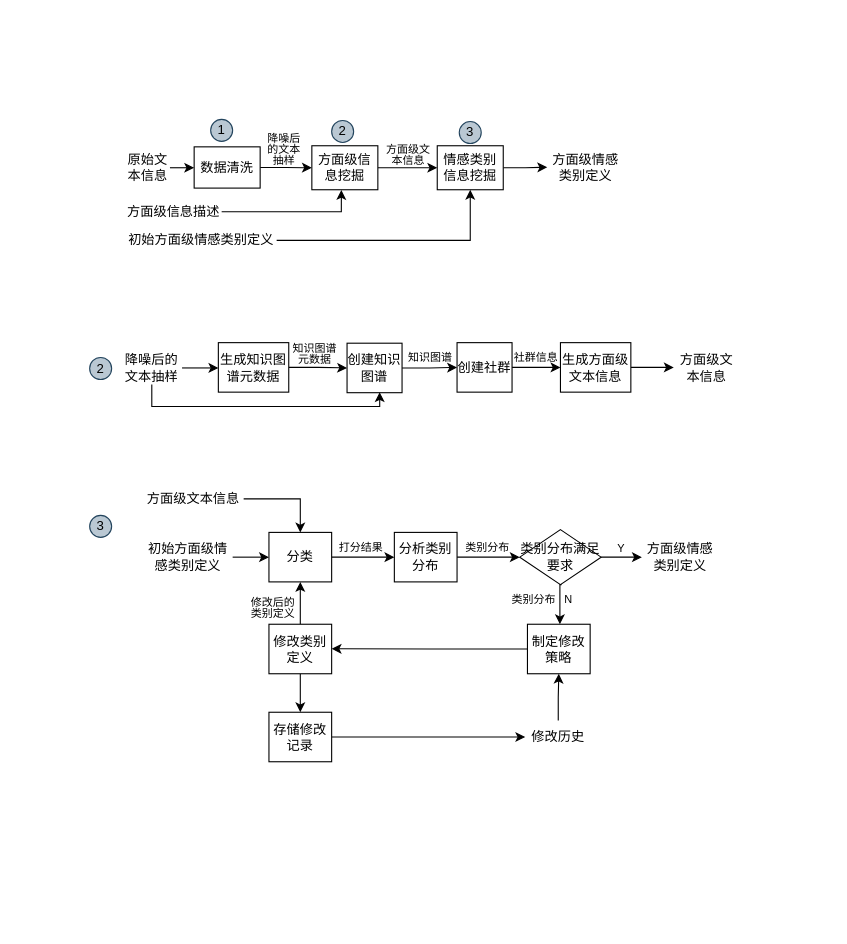
CindyZX/drawio_figures keeps this draw.io diagram as patent-基于大模型的方面级文本情感挖掘.drawio. Above is the earlier version. Source tidied: cells renumbered, new cells numbered last; positions are measured from the earlier drawing's top-left corner, leaving out a move shared by most shapes. Both pictures are drawn from the tidied source at 110%, with x=0, y=0 at pixel (89, 119).
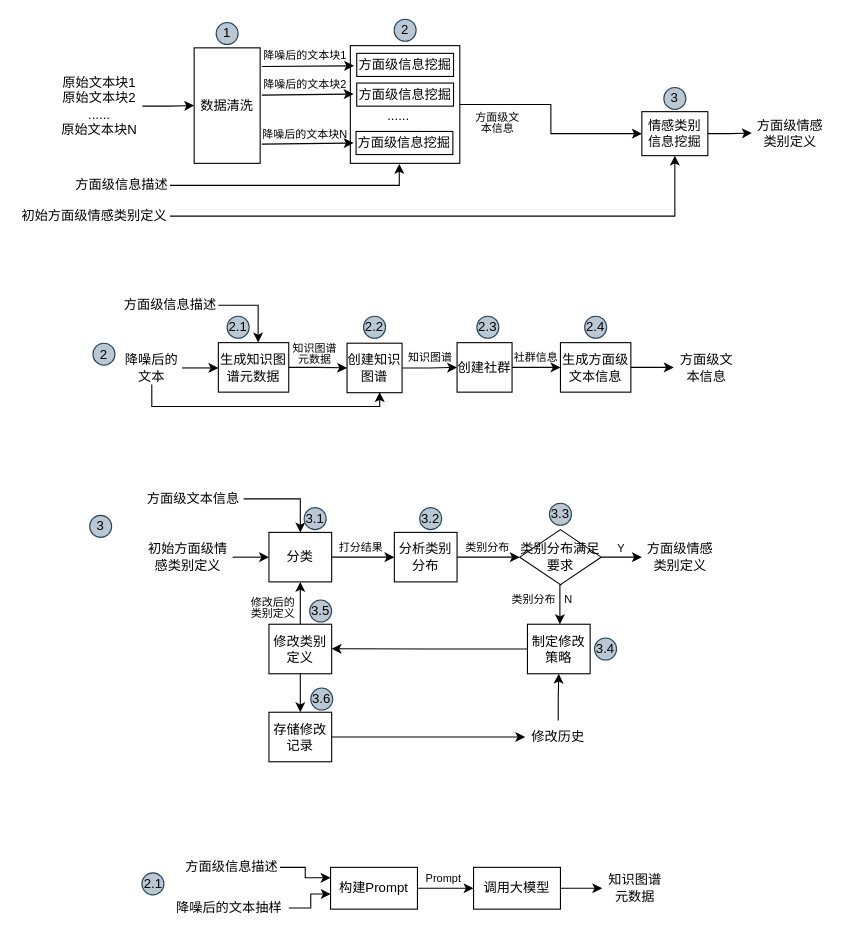
The same diagram, later.

Commit message:
更新patent-基于大模型的方面级文本情感挖掘.drawio

The change refers to these unchanged cells:
```xml
<mxCell id="24" value="生成知识图谱元数据" style="rounded=0;whiteSpace=wrap;html=1;" parent="1" vertex="1">
  <mxGeometry x="117" y="203" width="64" height="45" as="geometry" />
</mxCell>
```

The edit, as a diff of the source:
```diff
@@
-    <mxCell id="3" value="原始文本信息" style="text;html=1;align=center;verticalAlign=middle;whiteSpace=wrap;rounded=0;" parent="1" vertex="1">
-      <mxGeometry x="33" y="29" width="40" height="30" as="geometry" />
+    <mxCell id="3" value="原始文本块1&lt;div&gt;原始文本块2&lt;br&gt;&lt;/div&gt;&lt;div&gt;......&lt;/div&gt;&lt;div&gt;原始文本块N&lt;br&gt;&lt;/div&gt;" style="text;html=1;align=center;verticalAlign=middle;whiteSpace=wrap;rounded=0;" parent="1" vertex="1">
+      <mxGeometry x="-30" y="-43" width="78" height="62" as="geometry" />
     </mxCell>
-    <mxCell id="4" style="edgeStyle=orthogonalEdgeStyle;rounded=0;jettySize=auto;html=1;exitX=1;exitY=0.5;exitDx=0;exitDy=0;entryX=0;entryY=0.5;entryDx=0;entryDy=0;" parent="1" edge="1" source="5" target="7">
-      <mxGeometry relative="1" as="geometry" />
-    </mxCell>
     <mxCell id="5" value="数据清洗" style="rounded=0;whiteSpace=wrap;html=1;" parent="1" vertex="1">
-      <mxGeometry x="95" y="25" width="60" height="37.5" as="geometry" />
+      <mxGeometry x="95" y="-65" width="60" height="105" as="geometry" />
     </mxCell>
@@
-    <mxCell id="7" value="方面级信息挖掘" style="rounded=0;whiteSpace=wrap;html=1;" parent="1" vertex="1">
-      <mxGeometry x="202" y="24" width="60" height="40" as="geometry" />
+    <mxCell id="7" style="rounded=0;whiteSpace=wrap;html=1;" parent="1" vertex="1">
+      <mxGeometry x="237" y="-67" width="99.5" height="107" as="geometry" />
     </mxCell>
@@
     <mxCell id="9" value="情感类别信息挖掘" style="rounded=0;whiteSpace=wrap;html=1;" parent="1" vertex="1">
-      <mxGeometry x="316" y="24" width="60" height="40" as="geometry" />
+      <mxGeometry x="502" y="-7" width="60" height="40" as="geometry" />
     </mxCell>
     <mxCell id="10" value="方面级情感类别定义" style="text;html=1;align=center;verticalAlign=middle;whiteSpace=wrap;rounded=0;" parent="1" vertex="1">
-      <mxGeometry x="416" y="28.5" width="70" height="30" as="geometry" />
+      <mxGeometry x="602" y="-2.5" width="70" height="30" as="geometry" />
     </mxCell>
-    <mxCell id="11" value="&lt;p style=&quot;line-height: 100%; font-size: 10px;&quot;&gt;&lt;font style=&quot;font-size: 10px;&quot;&gt;降噪后的文本抽样&lt;/font&gt;&lt;/p&gt;" style="text;html=1;align=center;verticalAlign=middle;whiteSpace=wrap;rounded=0;spacing=2;fontSize=10;" parent="1" vertex="1">
-      <mxGeometry x="160" y="21.5" width="34" height="10" as="geometry" />
-    </mxCell>
     <mxCell id="12" value="方面级信息描述" style="text;html=1;align=center;verticalAlign=middle;whiteSpace=wrap;rounded=0;" parent="1" vertex="1">
-      <mxGeometry x="33" y="69" width="87" height="30" as="geometry" />
+      <mxGeometry x="-14" y="45" width="87" height="30" as="geometry" />
     </mxCell>
     <mxCell id="13" value="&lt;p style=&quot;line-height: 100%; font-size: 10px;&quot;&gt;&lt;font style=&quot;font-size: 10px;&quot;&gt;方面级文本信息&lt;/font&gt;&lt;/p&gt;" style="text;html=1;align=center;verticalAlign=middle;whiteSpace=wrap;rounded=0;spacing=2;fontSize=10;" parent="1" vertex="1">
-      <mxGeometry x="268" y="26.5" width="44" height="10" as="geometry" />
+      <mxGeometry x="349" y="-2.5" width="44" height="10" as="geometry" />
     </mxCell>
@@
     <mxCell id="15" value="初始方面级情感类别定义" style="text;html=1;align=center;verticalAlign=middle;whiteSpace=wrap;rounded=0;" parent="1" vertex="1">
-      <mxGeometry x="33" y="95" width="137" height="30" as="geometry" />
+      <mxGeometry x="-64" y="73" width="137" height="30" as="geometry" />
     </mxCell>
@@
     <mxCell id="17" value="1" style="ellipse;whiteSpace=wrap;html=1;fillColor=#bac8d3;strokeColor=#23445d;" parent="1" vertex="1">
-      <mxGeometry x="110" width="20" height="20" as="geometry" />
+      <mxGeometry x="115" y="-88" width="20" height="20" as="geometry" />
     </mxCell>
     <mxCell id="18" value="2" style="ellipse;whiteSpace=wrap;html=1;fillColor=#bac8d3;strokeColor=#23445d;" parent="1" vertex="1">
-      <mxGeometry x="220" y="1" width="20" height="20" as="geometry" />
+      <mxGeometry x="276.8" y="-91" width="20" height="20" as="geometry" />
     </mxCell>
     <mxCell id="19" value="3" style="ellipse;whiteSpace=wrap;html=1;fillColor=#bac8d3;strokeColor=#23445d;" parent="1" vertex="1">
-      <mxGeometry x="336" y="2" width="20" height="20" as="geometry" />
+      <mxGeometry x="522" y="-29" width="20" height="20" as="geometry" />
     </mxCell>
     <mxCell id="20" value="2" style="ellipse;whiteSpace=wrap;html=1;fillColor=#bac8d3;strokeColor=#23445d;" parent="1" vertex="1">
-      <mxGeometry y="216.5" width="20" height="20" as="geometry" />
+      <mxGeometry x="3" y="203.5" width="20" height="20" as="geometry" />
     </mxCell>
@@
-    <mxCell id="22" value="降噪后的文本抽样" style="text;html=1;align=center;verticalAlign=middle;whiteSpace=wrap;rounded=0;" parent="1" vertex="1">
+    <mxCell id="22" value="降噪后的文本" style="text;html=1;align=center;verticalAlign=middle;whiteSpace=wrap;rounded=0;" parent="1" vertex="1">
       <mxGeometry x="29" y="211" width="55" height="30" as="geometry" />
     </mxCell>
@@
+    <mxCell id="64" value="方面级信息描述" style="text;html=1;align=center;verticalAlign=middle;whiteSpace=wrap;rounded=0;" parent="1" vertex="1">
+      <mxGeometry x="30" y="154" width="87" height="30" as="geometry" />
+    </mxCell>
+    <mxCell id="65" style="edgeStyle=orthogonalEdgeStyle;rounded=0;jettySize=auto;html=1;exitX=1;exitY=0.5;exitDx=0;exitDy=0;entryX=0.565;entryY=-0.005;entryDx=0;entryDy=0;entryPerimeter=0;" parent="1" edge="1" source="64" target="24">
+      <mxGeometry relative="1" as="geometry" />
+    </mxCell>
+    <mxCell id="66" value="2.1" style="ellipse;whiteSpace=wrap;html=1;fillColor=#bac8d3;strokeColor=#23445d;" parent="1" vertex="1">
+      <mxGeometry x="125" y="179" width="20" height="20" as="geometry" />
+    </mxCell>
+    <mxCell id="67" value="2.2" style="ellipse;whiteSpace=wrap;html=1;fillColor=#bac8d3;strokeColor=#23445d;" parent="1" vertex="1">
+      <mxGeometry x="249" y="179" width="20" height="20" as="geometry" />
+    </mxCell>
+    <mxCell id="68" value="2.3" style="ellipse;whiteSpace=wrap;html=1;fillColor=#bac8d3;strokeColor=#23445d;" parent="1" vertex="1">
+      <mxGeometry x="352" y="179" width="20" height="20" as="geometry" />
+    </mxCell>
+    <mxCell id="69" value="2.4" style="ellipse;whiteSpace=wrap;html=1;fillColor=#bac8d3;strokeColor=#23445d;" parent="1" vertex="1">
+      <mxGeometry x="450" y="179" width="20" height="20" as="geometry" />
+    </mxCell>
+    <mxCell id="70" value="3.1" style="ellipse;whiteSpace=wrap;html=1;fillColor=#bac8d3;strokeColor=#23445d;" parent="1" vertex="1">
+      <mxGeometry x="195" y="353" width="20" height="20" as="geometry" />
+    </mxCell>
+    <mxCell id="71" value="3.2" style="ellipse;whiteSpace=wrap;html=1;fillColor=#bac8d3;strokeColor=#23445d;" parent="1" vertex="1">
+      <mxGeometry x="300" y="353" width="20" height="20" as="geometry" />
+    </mxCell>
+    <mxCell id="72" value="3.3" style="ellipse;whiteSpace=wrap;html=1;fillColor=#bac8d3;strokeColor=#23445d;" parent="1" vertex="1">
+      <mxGeometry x="418" y="349" width="20" height="20" as="geometry" />
+    </mxCell>
+    <mxCell id="73" value="3.4" style="ellipse;whiteSpace=wrap;html=1;fillColor=#bac8d3;strokeColor=#23445d;" parent="1" vertex="1">
+      <mxGeometry x="459" y="471.5" width="20" height="20" as="geometry" />
+    </mxCell>
+    <mxCell id="74" value="3.5" style="ellipse;whiteSpace=wrap;html=1;fillColor=#bac8d3;strokeColor=#23445d;" parent="1" vertex="1">
+      <mxGeometry x="200" y="437" width="20" height="20" as="geometry" />
+    </mxCell>
+    <mxCell id="75" value="3.6" style="ellipse;whiteSpace=wrap;html=1;fillColor=#bac8d3;strokeColor=#23445d;" parent="1" vertex="1">
+      <mxGeometry x="201" y="517" width="20" height="20" as="geometry" />
+    </mxCell>
+    <mxCell id="76" value="2.1" style="ellipse;whiteSpace=wrap;html=1;fillColor=#bac8d3;strokeColor=#23445d;" parent="1" vertex="1">
+      <mxGeometry x="47.5" y="685" width="20" height="20" as="geometry" />
+    </mxCell>
+    <mxCell id="77" style="edgeStyle=orthogonalEdgeStyle;rounded=0;jettySize=auto;html=1;exitX=1;exitY=0.5;exitDx=0;exitDy=0;entryX=0;entryY=0.25;entryDx=0;entryDy=0;" parent="1" edge="1" source="78" target="80">
+      <mxGeometry relative="1" as="geometry" />
+    </mxCell>
+    <mxCell id="78" value="方面级信息描述" style="text;html=1;align=center;verticalAlign=middle;whiteSpace=wrap;rounded=0;" parent="1" vertex="1">
+      <mxGeometry x="86" y="665" width="87" height="30" as="geometry" />
+    </mxCell>
+    <mxCell id="11" value="降噪后的文本抽样" style="text;html=1;align=center;verticalAlign=middle;whiteSpace=wrap;rounded=0;" parent="1" vertex="1">
+      <mxGeometry x="73" y="702" width="108" height="30" as="geometry" />
+    </mxCell>
+    <mxCell id="79" style="edgeStyle=orthogonalEdgeStyle;rounded=0;jettySize=auto;html=1;exitX=1;exitY=0.5;exitDx=0;exitDy=0;entryX=0;entryY=0.5;entryDx=0;entryDy=0;" parent="1" edge="1" source="80" target="84">
+      <mxGeometry relative="1" as="geometry" />
+    </mxCell>
+    <mxCell id="80" value="构建Prompt" style="rounded=0;whiteSpace=wrap;html=1;" parent="1" vertex="1">
+      <mxGeometry x="219" y="680" width="79" height="38" as="geometry" />
+    </mxCell>
+    <mxCell id="81" value="知识图谱元数据" style="text;html=1;align=center;verticalAlign=middle;whiteSpace=wrap;rounded=0;" parent="1" vertex="1">
+      <mxGeometry x="466" y="684" width="60" height="30" as="geometry" />
+    </mxCell>
+    <mxCell id="82" style="edgeStyle=orthogonalEdgeStyle;rounded=0;jettySize=auto;html=1;exitX=1;exitY=0.5;exitDx=0;exitDy=0;entryX=0.002;entryY=0.637;entryDx=0;entryDy=0;entryPerimeter=0;" parent="1" edge="1" source="11" target="80">
+      <mxGeometry relative="1" as="geometry" />
+    </mxCell>
+    <mxCell id="83" style="edgeStyle=orthogonalEdgeStyle;rounded=0;jettySize=auto;html=1;exitX=1;exitY=0.5;exitDx=0;exitDy=0;" parent="1" edge="1" source="84" target="81">
+      <mxGeometry relative="1" as="geometry" />
+    </mxCell>
+    <mxCell id="84" value="调用大模型" style="rounded=0;whiteSpace=wrap;html=1;" parent="1" vertex="1">
+      <mxGeometry x="349" y="680" width="79" height="38" as="geometry" />
+    </mxCell>
+    <mxCell id="85" value="&lt;p style=&quot;line-height: 100%; font-size: 10px;&quot;&gt;Prompt&lt;/p&gt;" style="text;html=1;align=center;verticalAlign=middle;whiteSpace=wrap;rounded=0;spacing=2;fontSize=10;" parent="1" vertex="1">
+      <mxGeometry x="300" y="685" width="44" height="10" as="geometry" />
+    </mxCell>
+    <mxCell id="86" value="方面级信息挖掘" style="rounded=0;whiteSpace=wrap;html=1;" parent="1" vertex="1">
+      <mxGeometry x="242.8" y="-60" width="88" height="21" as="geometry" />
+    </mxCell>
+    <mxCell id="87" value="方面级信息挖掘" style="rounded=0;whiteSpace=wrap;html=1;" parent="1" vertex="1">
+      <mxGeometry x="242.8" y="-33" width="88" height="21" as="geometry" />
+    </mxCell>
+    <mxCell id="88" value="......" style="text;html=1;align=center;verticalAlign=middle;whiteSpace=wrap;rounded=0;" parent="1" vertex="1">
+      <mxGeometry x="265.2" y="-14" width="32" height="21" as="geometry" />
+    </mxCell>
+    <mxCell id="89" value="方面级信息挖掘" style="rounded=0;whiteSpace=wrap;html=1;" parent="1" vertex="1">
+      <mxGeometry x="242.2" y="11" width="88" height="21" as="geometry" />
+    </mxCell>
+    <mxCell id="90" style="endArrow=classic;html=1;rounded=0;entryX=0.034;entryY=0.171;entryDx=0;entryDy=0;entryPerimeter=0;" parent="1" edge="1" target="7">
+      <mxGeometry relative="1" as="geometry">
+        <mxPoint x="156.5" y="-48" as="sourcePoint" />
+      </mxGeometry>
+    </mxCell>
+    <mxCell id="91" value="&lt;p style=&quot;line-height: 100%; font-size: 10px;&quot;&gt;降噪后的文本块1&lt;/p&gt;" style="text;html=1;align=center;verticalAlign=middle;whiteSpace=wrap;rounded=0;spacing=2;fontSize=10;" parent="1" vertex="1">
+      <mxGeometry x="155" y="-63" width="82" height="10" as="geometry" />
+    </mxCell>
+    <mxCell id="92" style="endArrow=classic;html=1;rounded=0;entryX=0.034;entryY=0.171;entryDx=0;entryDy=0;entryPerimeter=0;" parent="1" edge="1">
+      <mxGeometry relative="1" as="geometry">
+        <mxPoint x="156.5" y="-22" as="sourcePoint" />
+        <mxPoint x="240" y="-23" as="targetPoint" />
+      </mxGeometry>
+    </mxCell>
+    <mxCell id="93" value="&lt;p style=&quot;line-height: 100%; font-size: 10px;&quot;&gt;降噪后的文本块2&lt;/p&gt;" style="text;html=1;align=center;verticalAlign=middle;whiteSpace=wrap;rounded=0;spacing=2;fontSize=10;" parent="1" vertex="1">
+      <mxGeometry x="155" y="-37" width="82" height="10" as="geometry" />
+    </mxCell>
+    <mxCell id="94" style="endArrow=classic;html=1;rounded=0;entryX=0.034;entryY=0.171;entryDx=0;entryDy=0;entryPerimeter=0;" parent="1" edge="1">
+      <mxGeometry relative="1" as="geometry">
+        <mxPoint x="156.5" y="22.5" as="sourcePoint" />
+        <mxPoint x="240" y="21.5" as="targetPoint" />
+      </mxGeometry>
+    </mxCell>
+    <mxCell id="95" value="&lt;p style=&quot;line-height: 100%; font-size: 10px;&quot;&gt;降噪后的文本块N&lt;/p&gt;" style="text;html=1;align=center;verticalAlign=middle;whiteSpace=wrap;rounded=0;spacing=2;fontSize=10;" parent="1" vertex="1">
+      <mxGeometry x="155" y="7.5" width="82" height="10" as="geometry" />
+    </mxCell>
```
